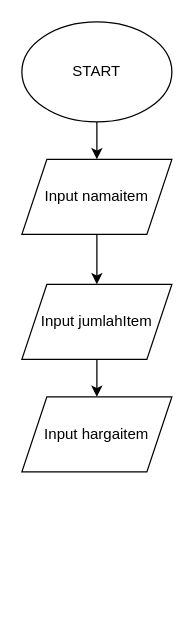
YabesMaychel-2007113801/Yabes_Maychel-Mesin_Kasir keeps this draw.io diagram as Flowchart.drawio. Above is the earlier version. Source tidied: cells renumbered, new cells numbered last; positions are measured from the earlier drawing's top-left corner, leaving out a move shared by most shapes. Both pictures are drawn from the tidied source at 125%, with x=0, y=0 at pixel (21, 21).
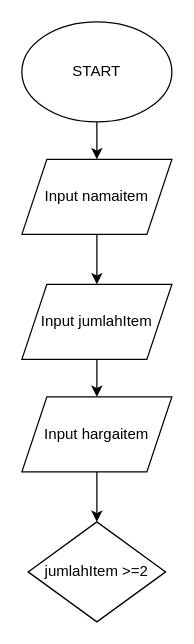
Above is the later version.

Commit message:
Inisialisasi kondisi

Change to the diagram source:
```diff
@@
 <mxGraphModel>
   <root>
     <mxCell id="0" />
     <mxCell id="1" parent="0" />
     <mxCell id="2" style="edgeStyle=none;html=1;" parent="1" edge="1" source="3" target="5">
       <mxGeometry relative="1" as="geometry" />
     </mxCell>
     <mxCell id="3" value="START" style="ellipse;whiteSpace=wrap;html=1;" parent="1" vertex="1">
       <mxGeometry width="120" height="80" as="geometry" />
     </mxCell>
     <mxCell id="4" style="edgeStyle=none;html=1;" parent="1" edge="1" source="5" target="7">
       <mxGeometry relative="1" as="geometry" />
     </mxCell>
     <mxCell id="5" value="Input namaitem" style="shape=parallelogram;perimeter=parallelogramPerimeter;whiteSpace=wrap;html=1;fixedSize=1;" parent="1" vertex="1">
       <mxGeometry y="110" width="120" height="60" as="geometry" />
     </mxCell>
     <mxCell id="6" style="edgeStyle=none;html=1;" parent="1" edge="1" source="7" target="8">
       <mxGeometry relative="1" as="geometry" />
     </mxCell>
     <mxCell id="7" value="Input jumlahItem" style="shape=parallelogram;perimeter=parallelogramPerimeter;whiteSpace=wrap;html=1;fixedSize=1;" parent="1" vertex="1">
       <mxGeometry y="210" width="120" height="60" as="geometry" />
     </mxCell>
+    <mxCell id="9" style="edgeStyle=none;html=1;" parent="1" edge="1" source="8" target="10">
+      <mxGeometry relative="1" as="geometry" />
+    </mxCell>
     <mxCell id="8" value="Input hargaitem" style="shape=parallelogram;perimeter=parallelogramPerimeter;whiteSpace=wrap;html=1;fixedSize=1;" parent="1" vertex="1">
       <mxGeometry y="300" width="120" height="60" as="geometry" />
     </mxCell>
+    <mxCell id="10" value="jumlahItem &amp;gt;=2" style="rhombus;whiteSpace=wrap;html=1;" parent="1" vertex="1">
+      <mxGeometry x="5" y="400" width="110" height="80" as="geometry" />
+    </mxCell>
   </root>
 </mxGraphModel>
```
